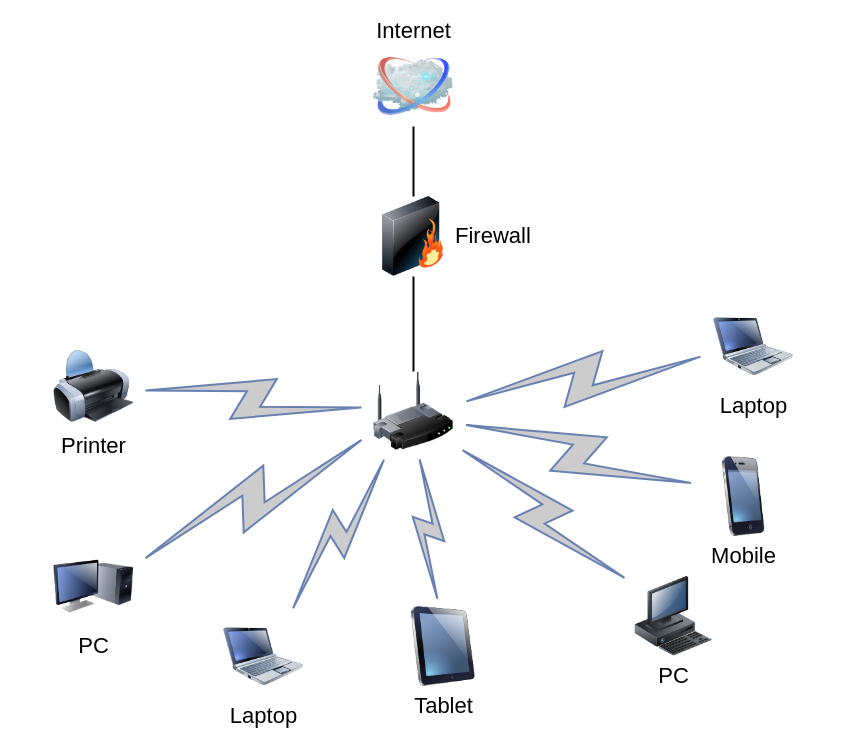
The draw.io diagram Untitled Diagram.drawio in nargamard/devops-netology, before the edit. Source tidied: cells renumbered, new cells numbered last; positions are measured from the earlier drawing's top-left corner, leaving out a move shared by most shapes. Both pictures are drawn from the tidied source at 100%, with x=0, y=0 at pixel (53, 46).
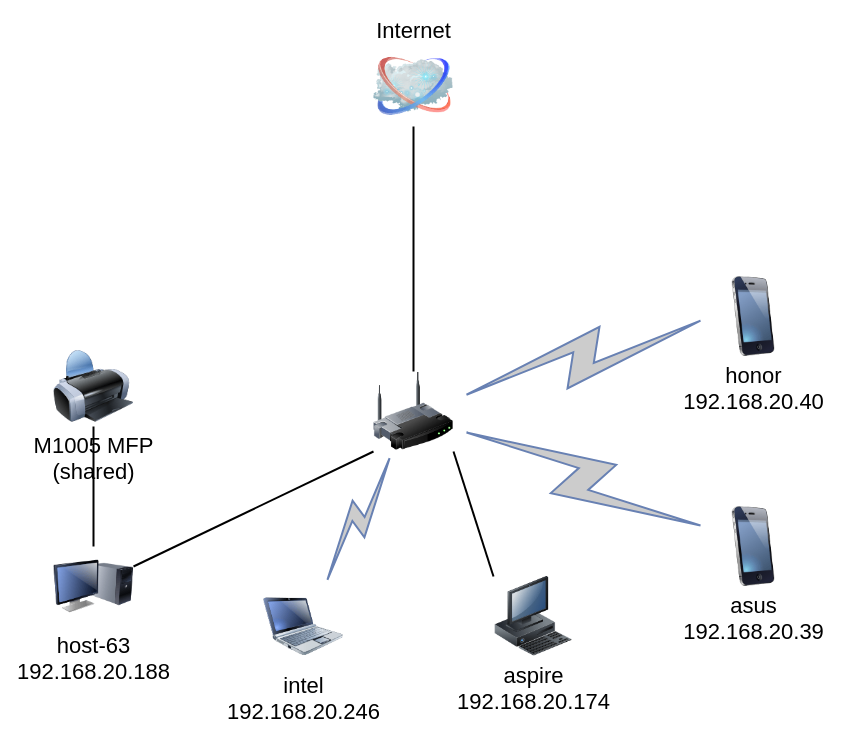
Above is the later version.

Unchanged cells that the change refers to:
```xml
<mxCell id="3" style="image;html=1;labelBackgroundColor=#ffffff;image=img/lib/clip_art/networking/Wireless_Router_128x128.png;rounded=1;shadow=0;comic=0;strokeWidth=2;fontSize=22;" parent="1" vertex="1">
  <mxGeometry x="320" y="325" width="80" height="80" as="geometry" />
</mxCell>
<mxCell id="4" value="Internet" style="image;html=1;labelBackgroundColor=#ffffff;image=img/lib/clip_art/networking/Cloud_128x128.png;rounded=1;shadow=0;comic=0;strokeWidth=2;fontSize=22;labelPosition=center;verticalLabelPosition=top;align=center;verticalAlign=bottom;" parent="1" vertex="1">
  <mxGeometry x="320" width="80" height="80" as="geometry" />
</mxCell>
```

Diff of the diagram source:
```diff
@@
-    <mxCell id="2" style="edgeStyle=none;rounded=0;html=1;labelBackgroundColor=none;endArrow=none;strokeWidth=2;fontFamily=Verdana;fontSize=22;" parent="1" edge="1" source="3" target="6">
-      <mxGeometry relative="1" as="geometry" />
-    </mxCell>
@@
-    <mxCell id="5" style="edgeStyle=none;rounded=0;html=1;labelBackgroundColor=none;endArrow=none;strokeWidth=2;fontFamily=Verdana;fontSize=22;" parent="1" edge="1" source="6" target="4">
+    <mxCell id="5" style="edgeStyle=none;rounded=0;html=1;labelBackgroundColor=none;endArrow=none;strokeWidth=2;fontFamily=Verdana;fontSize=22;" parent="1" edge="1" source="3" target="4">
       <mxGeometry relative="1" as="geometry" />
     </mxCell>
-    <mxCell id="6" value="Firewall" style="image;html=1;labelBackgroundColor=#ffffff;image=img/lib/clip_art/networking/Firewall_128x128.png;rounded=1;shadow=0;comic=0;strokeWidth=2;fontSize=22;labelPosition=right;verticalLabelPosition=middle;align=left;verticalAlign=middle;" parent="1" vertex="1">
-      <mxGeometry x="320" y="150" width="80" height="80" as="geometry" />
-    </mxCell>
-    <mxCell id="7" value="Tablet" style="image;html=1;labelBackgroundColor=#ffffff;image=img/lib/clip_art/computers/iPad_128x128.png;rounded=1;shadow=0;comic=0;strokeWidth=2;fontSize=22;" parent="1" vertex="1">
-      <mxGeometry x="350" y="560" width="80" height="80" as="geometry" />
-    </mxCell>
-    <mxCell id="8" value="PC" style="image;html=1;labelBackgroundColor=#ffffff;image=img/lib/clip_art/computers/Monitor_Tower_128x128.png;rounded=1;shadow=0;comic=0;strokeWidth=2;fontSize=22;" parent="1" vertex="1">
+    <mxCell id="8" value="&lt;div&gt;host-63&lt;/div&gt;&lt;div&gt;192.168.20.188&lt;/div&gt;" style="image;html=1;labelBackgroundColor=#ffffff;image=img/lib/clip_art/computers/Monitor_Tower_128x128.png;rounded=1;shadow=0;comic=0;strokeWidth=2;fontSize=22;" parent="1" vertex="1">
       <mxGeometry y="500" width="80" height="80" as="geometry" />
     </mxCell>
-    <mxCell id="9" value="Printer" style="image;html=1;labelBackgroundColor=#ffffff;image=img/lib/clip_art/computers/Printer_128x128.png;rounded=1;shadow=0;comic=0;strokeWidth=2;fontSize=22;" parent="1" vertex="1">
+    <mxCell id="9" value="M1005 MFP&lt;br&gt;(shared)" style="image;html=1;labelBackgroundColor=#ffffff;image=img/lib/clip_art/computers/Printer_128x128.png;rounded=1;shadow=0;comic=0;strokeWidth=2;fontSize=22;" parent="1" vertex="1">
       <mxGeometry y="300" width="80" height="80" as="geometry" />
     </mxCell>
-    <mxCell id="10" value="PC" style="image;html=1;labelBackgroundColor=#ffffff;image=img/lib/clip_art/computers/Workstation_128x128.png;rounded=1;shadow=0;comic=0;strokeWidth=2;fontSize=22;" parent="1" vertex="1">
-      <mxGeometry x="580" y="530" width="80" height="80" as="geometry" />
+    <mxCell id="10" value="aspire&lt;br&gt;192.168.20.174" style="image;html=1;labelBackgroundColor=#ffffff;image=img/lib/clip_art/computers/Workstation_128x128.png;rounded=1;shadow=0;comic=0;strokeWidth=2;fontSize=22;" parent="1" vertex="1">
+      <mxGeometry x="440" y="530" width="80" height="80" as="geometry" />
     </mxCell>
-    <mxCell id="11" value="Mobile" style="image;html=1;labelBackgroundColor=#ffffff;image=img/lib/clip_art/telecommunication/iPhone_128x128.png;rounded=1;shadow=0;comic=0;strokeWidth=2;fontSize=22;" parent="1" vertex="1">
-      <mxGeometry x="650" y="410" width="80" height="80" as="geometry" />
+    <mxCell id="11" value="asus&lt;br&gt;192.168.20.39" style="image;html=1;labelBackgroundColor=#ffffff;image=img/lib/clip_art/telecommunication/iPhone_128x128.png;rounded=1;shadow=0;comic=0;strokeWidth=2;fontSize=22;" parent="1" vertex="1">
+      <mxGeometry x="660" y="460" width="80" height="80" as="geometry" />
     </mxCell>
-    <mxCell id="12" value="Laptop" style="image;html=1;labelBackgroundColor=#ffffff;image=img/lib/clip_art/computers/Netbook_128x128.png;rounded=1;shadow=0;comic=0;strokeColor=#000000;strokeWidth=2;fillColor=#FFFFFF;fontSize=22;fontColor=#000000;" parent="1" vertex="1">
-      <mxGeometry x="660" y="260" width="80" height="80" as="geometry" />
-    </mxCell>
-    <mxCell id="13" value="Laptop" style="image;html=1;labelBackgroundColor=#ffffff;image=img/lib/clip_art/computers/Netbook_128x128.png;rounded=1;shadow=0;comic=0;strokeWidth=2;fontSize=22;" parent="1" vertex="1">
-      <mxGeometry x="170" y="570" width="80" height="80" as="geometry" />
+    <mxCell id="13" value="intel&lt;br&gt;192.168.20.246" style="image;html=1;labelBackgroundColor=#ffffff;image=img/lib/clip_art/computers/Netbook_128x128.png;rounded=1;shadow=0;comic=0;strokeWidth=2;fontSize=22;" parent="1" vertex="1">
+      <mxGeometry x="210" y="540" width="80" height="80" as="geometry" />
     </mxCell>
-    <mxCell id="14" style="html=1;fillColor=#CCCCCC;strokeColor=#6881B3;gradientColor=none;gradientDirection=north;strokeWidth=2;shape=mxgraph.networks.comm_link_edge;html=1;labelBackgroundColor=none;endArrow=none;fontFamily=Verdana;fontSize=22;fontColor=#000000;" parent="1" edge="1" source="9" target="3">
-      <mxGeometry relative="1" as="geometry" />
-    </mxCell>
-    <mxCell id="15" style="html=1;fillColor=#CCCCCC;strokeColor=#6881B3;gradientColor=none;gradientDirection=north;strokeWidth=2;shape=mxgraph.networks.comm_link_edge;html=1;labelBackgroundColor=none;endArrow=none;fontFamily=Verdana;fontSize=22;fontColor=#000000;fontStyle=1;" parent="1" edge="1" source="8" target="3">
-      <mxGeometry relative="1" as="geometry" />
-    </mxCell>
@@
-    <mxCell id="17" style="html=1;fillColor=#CCCCCC;strokeColor=#6881B3;gradientColor=none;gradientDirection=north;strokeWidth=2;shape=mxgraph.networks.comm_link_edge;html=1;labelBackgroundColor=none;endArrow=none;fontFamily=Verdana;fontSize=22;fontColor=#000000;" parent="1" edge="1" source="7" target="3">
-      <mxGeometry relative="1" as="geometry" />
-    </mxCell>
-    <mxCell id="18" style="html=1;fillColor=#CCCCCC;strokeColor=#6881B3;gradientColor=none;gradientDirection=north;strokeWidth=2;shape=mxgraph.networks.comm_link_edge;html=1;labelBackgroundColor=none;endArrow=none;fontFamily=Verdana;fontSize=22;fontColor=#000000;" parent="1" edge="1" source="10" target="3">
-      <mxGeometry relative="1" as="geometry" />
-    </mxCell>
@@
-    <mxCell id="20" style="html=1;fillColor=#CCCCCC;strokeColor=#6881B3;gradientColor=none;gradientDirection=north;strokeWidth=2;shape=mxgraph.networks.comm_link_edge;html=1;labelBackgroundColor=none;endArrow=none;fontFamily=Verdana;fontSize=22;fontColor=#000000;" parent="1" edge="1" source="12" target="3">
+    <mxCell id="20" style="html=1;fillColor=#CCCCCC;strokeColor=#6881B3;gradientColor=none;gradientDirection=north;strokeWidth=2;shape=mxgraph.networks.comm_link_edge;html=1;labelBackgroundColor=none;endArrow=none;fontFamily=Verdana;fontSize=22;fontColor=#000000;exitX=0;exitY=0.5;exitDx=0;exitDy=0;" parent="1" edge="1" source="24" target="3">
       <mxGeometry relative="1" as="geometry" />
     </mxCell>
+    <mxCell id="21" style="edgeStyle=none;rounded=0;html=1;labelBackgroundColor=none;endArrow=none;strokeWidth=2;fontFamily=Verdana;fontSize=22;entryX=1;entryY=0.25;entryDx=0;entryDy=0;exitX=0;exitY=1;exitDx=0;exitDy=0;" parent="1" edge="1" source="3" target="8">
+      <mxGeometry relative="1" as="geometry" />
+    </mxCell>
+    <mxCell id="22" style="edgeStyle=none;rounded=0;html=1;labelBackgroundColor=none;endArrow=none;strokeWidth=2;fontFamily=Verdana;fontSize=22;entryX=0;entryY=0;entryDx=0;entryDy=0;exitX=1;exitY=1;exitDx=0;exitDy=0;" parent="1" edge="1" source="3" target="10">
+      <mxGeometry relative="1" as="geometry" />
+    </mxCell>
+    <mxCell id="23" style="edgeStyle=none;rounded=0;html=1;labelBackgroundColor=none;endArrow=none;strokeWidth=2;fontFamily=Verdana;fontSize=22;entryX=0.5;entryY=0;entryDx=0;entryDy=0;" parent="1" edge="1" source="9" target="8">
+      <mxGeometry relative="1" as="geometry" />
+    </mxCell>
+    <mxCell id="24" value="honor&lt;br&gt;192.168.20.40" style="image;html=1;labelBackgroundColor=#ffffff;image=img/lib/clip_art/telecommunication/iPhone_128x128.png;rounded=1;shadow=0;comic=0;strokeWidth=2;fontSize=22;" parent="1" vertex="1">
+      <mxGeometry x="660" y="230" width="80" height="80" as="geometry" />
+    </mxCell>
```
